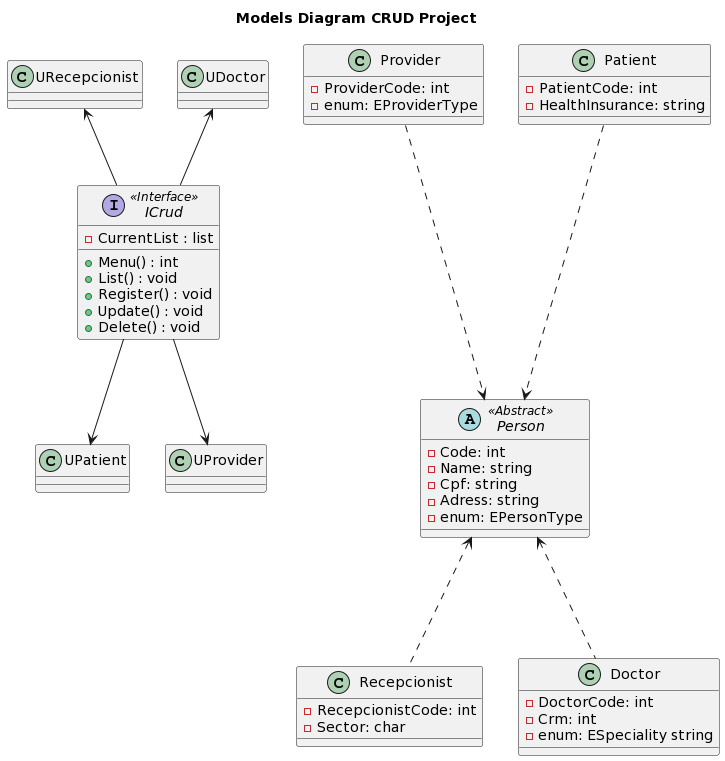
This is 12_/mModelsDiagram.png from juninhocb/C-conceitos, a PlantUML export, as it was before one commit. Source of this version:
```plantuml
@startuml
title Models Diagram CRUD Project


abstract class Person <<Abstract>> {
  - Code: int
  - Name: string
  - Cpf: string
  - Adress: string
  - enum: EPersonType
}

class Patient {
 - PatientCode: int
 - HealthInsurance: string
}
class Provider {
 - ProviderCode: int
 - enum: EProviderType
}

class Recepcionist {
 - RecepcionistCode: int
 - Sector: char
}

class Doctor {
 - DoctorCode: int
 - Crm: int
 - enum: ESpeciality string
}

interface ICrud <<Interface>> {

  - CurrentList : list
  + Menu() : int
  + List() : void
  + Register() : void
  + Update() : void
  + Delete() : void



}


Person <..up- Patient
Person <..up- Provider
Person <..down- Doctor
Person <..down- Recepcionist
UPatient <-up- ICrud
UProvider <-up- ICrud
URecepcionist <-down- ICrud
UDoctor <-down- ICrud
@enduml
```
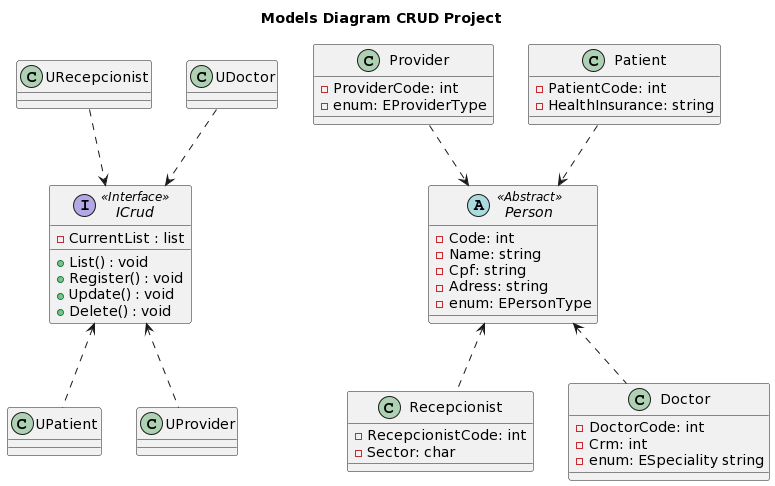
The same file after the commit.

What changed in the source:
```diff
@@ -33,7 +33,6 @@
 interface ICrud <<Interface>> {
 
   - CurrentList : list
-  + Menu() : int
   + List() : void
   + Register() : void
   + Update() : void
@@ -44,12 +43,12 @@
 }
 
 
-Person <..up- Patient
-Person <..up- Provider
-Person <..down- Doctor
-Person <..down- Recepcionist
-UPatient <-up- ICrud
-UProvider <-up- ICrud
-URecepcionist <-down- ICrud
-UDoctor <-down- ICrud
+Person <.up- Patient
+Person <.up- Provider
+Person <.down- Doctor
+Person <.down- Recepcionist
+UPatient -up.> ICrud
+UProvider -up.> ICrud
+URecepcionist .down-> ICrud
+UDoctor -down.> ICrud
 @enduml
```
